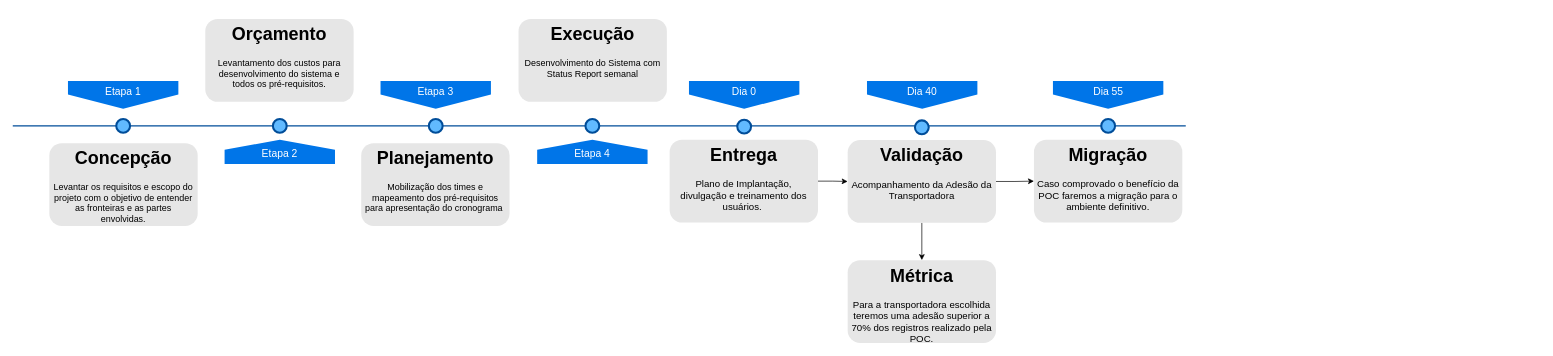
anlugifa/drawio keeps this draw.io diagram as Untitled Diagram.drawio. Above is the earlier version. Source tidied: cells renumbered, new cells numbered last; positions are measured from the earlier drawing's top-left corner, leaving out a move shared by most shapes. Both pictures are drawn from the tidied source at 69%, with x=0, y=0 at pixel (12, 19).
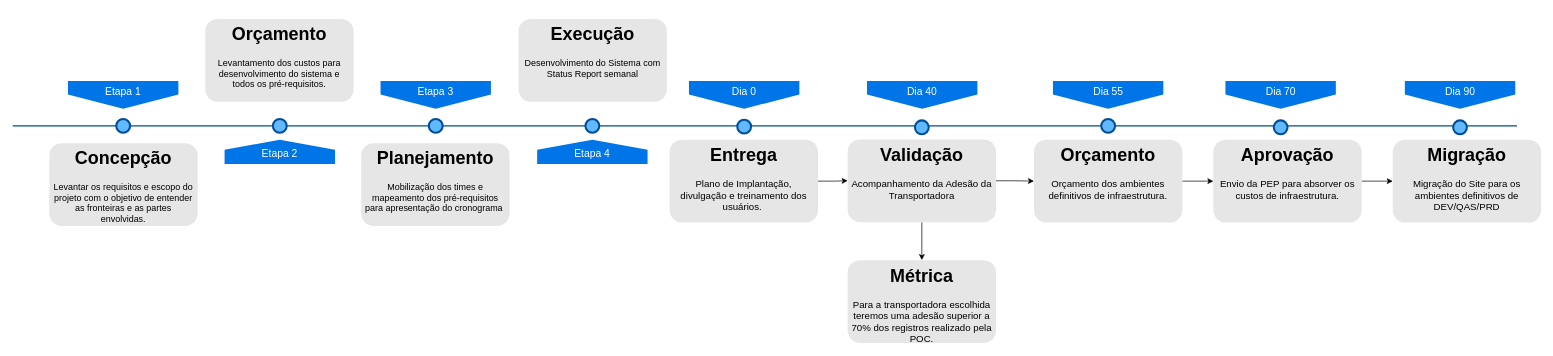
After the change.

The edit, as a diff of the source:
```diff
@@
     <mxCell id="2" style="line;strokeWidth=2;html=1;fillColor=none;fontSize=28;fontColor=#004D99;strokeColor=#004D99;" parent="1" vertex="1">
-      <mxGeometry y="150" width="1700" height="10" as="geometry" />
+      <mxGeometry y="150" width="2180" height="10" as="geometry" />
     </mxCell>
@@
     <mxCell id="21" value="&lt;h1&gt;Validação&lt;/h1&gt;&lt;p&gt;&lt;font style=&quot;font-size: 14px&quot;&gt;Acompanhamento da Adesão da Transportadora&lt;/font&gt;&lt;/p&gt;" style="text;html=1;spacing=5;spacingTop=-20;whiteSpace=wrap;overflow=hidden;strokeColor=none;strokeWidth=3;fillColor=#E6E6E6;fontSize=13;fontColor=#000000;align=center;rounded=1;" parent="1" vertex="1">
-      <mxGeometry x="1210" y="175.5" width="215" height="120" as="geometry" />
+      <mxGeometry x="1210" y="174.5" width="215" height="120" as="geometry" />
     </mxCell>
+    <mxCell id="28" style="edgeStyle=orthogonalEdgeStyle;rounded=0;jettySize=auto;html=1;fontSize=14;" parent="1" edge="1" source="22" target="30">
+      <mxGeometry relative="1" as="geometry" />
+    </mxCell>
-    <mxCell id="22" value="&lt;h1&gt;Migração&lt;/h1&gt;&lt;p&gt;&lt;font style=&quot;font-size: 14px&quot;&gt;Caso comprovado o benefício da POC faremos a migração para o ambiente definitivo.&lt;/font&gt;&lt;/p&gt;" style="text;html=1;spacing=5;spacingTop=-20;whiteSpace=wrap;overflow=hidden;strokeColor=none;strokeWidth=3;fillColor=#E6E6E6;fontSize=13;fontColor=#000000;align=center;rounded=1;" parent="1" vertex="1">
+    <mxCell id="22" value="&lt;h1&gt;Orçamento&lt;/h1&gt;&lt;p&gt;&lt;span style=&quot;font-size: 14px&quot;&gt;Orçamento dos ambientes definitivos de infraestrutura.&lt;/span&gt;&lt;/p&gt;" style="text;html=1;spacing=5;spacingTop=-20;whiteSpace=wrap;overflow=hidden;strokeColor=none;strokeWidth=3;fillColor=#E6E6E6;fontSize=13;fontColor=#000000;align=center;rounded=1;" parent="1" vertex="1">
       <mxGeometry x="1480" y="175" width="215" height="120" as="geometry" />
     </mxCell>
+    <mxCell id="29" style="edgeStyle=orthogonalEdgeStyle;rounded=0;jettySize=auto;html=1;entryX=0;entryY=0.5;entryDx=0;entryDy=0;fontSize=14;" parent="1" edge="1" source="30" target="33">
+      <mxGeometry relative="1" as="geometry" />
+    </mxCell>
+    <mxCell id="30" value="&lt;h1&gt;Aprovação&lt;/h1&gt;&lt;p&gt;&lt;span style=&quot;font-size: 14px&quot;&gt;Envio da PEP para absorver os custos de infraestrutura.&lt;/span&gt;&lt;/p&gt;" style="text;html=1;spacing=5;spacingTop=-20;whiteSpace=wrap;overflow=hidden;strokeColor=none;strokeWidth=3;fillColor=#E6E6E6;fontSize=13;fontColor=#000000;align=center;rounded=1;" parent="1" vertex="1">
+      <mxGeometry x="1740" y="175" width="215" height="120" as="geometry" />
+    </mxCell>
@@
+    <mxCell id="31" value="&lt;span&gt;Dia 70&lt;/span&gt;" style="shape=offPageConnector;whiteSpace=wrap;html=1;fillColor=#0075E8;fontSize=15;fontColor=#FFFFFF;size=0.5093750000000015;verticalAlign=top;strokeColor=none;" parent="1" vertex="1">
+      <mxGeometry x="1757.5" y="90" width="160" height="40" as="geometry" />
+    </mxCell>
@@
+    <mxCell id="32" style="ellipse;whiteSpace=wrap;html=1;fillColor=#61BAFF;fontSize=28;fontColor=#004D99;strokeWidth=3;strokeColor=#004D99;" parent="1" vertex="1">
+      <mxGeometry x="1827.5" y="147" width="20" height="20" as="geometry" />
+    </mxCell>
+    <mxCell id="33" value="&lt;h1&gt;Migração&lt;/h1&gt;&lt;p&gt;&lt;span style=&quot;font-size: 14px&quot;&gt;Migração do Site para os ambientes definitivos de DEV/QAS/PRD&lt;/span&gt;&lt;/p&gt;" style="text;html=1;spacing=5;spacingTop=-20;whiteSpace=wrap;overflow=hidden;strokeColor=none;strokeWidth=3;fillColor=#E6E6E6;fontSize=13;fontColor=#000000;align=center;rounded=1;" parent="1" vertex="1">
+      <mxGeometry x="2000" y="175" width="215" height="120" as="geometry" />
+    </mxCell>
+    <mxCell id="34" value="&lt;span&gt;Dia 90&lt;/span&gt;" style="shape=offPageConnector;whiteSpace=wrap;html=1;fillColor=#0075E8;fontSize=15;fontColor=#FFFFFF;size=0.5093750000000015;verticalAlign=top;strokeColor=none;" parent="1" vertex="1">
+      <mxGeometry x="2017.5" y="90" width="160" height="40" as="geometry" />
+    </mxCell>
+    <mxCell id="35" style="ellipse;whiteSpace=wrap;html=1;fillColor=#61BAFF;fontSize=28;fontColor=#004D99;strokeWidth=3;strokeColor=#004D99;" parent="1" vertex="1">
+      <mxGeometry x="2087.5" y="147" width="20" height="20" as="geometry" />
+    </mxCell>
```
